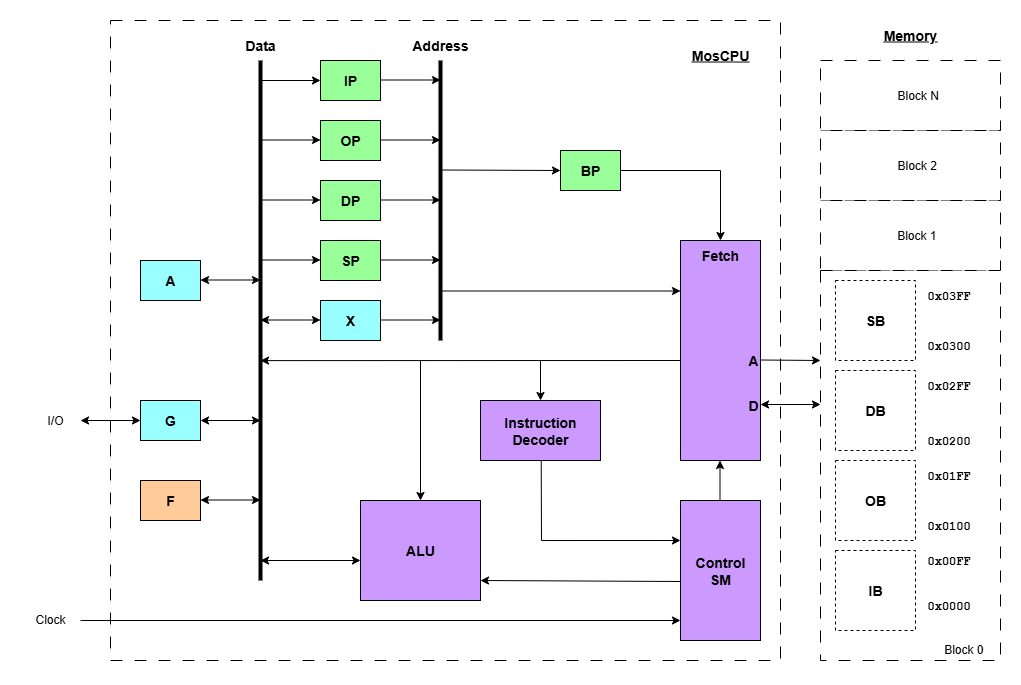
This is dev/mos_cpu/MosCPU-Architecture.png from dervish77/adgf, a draw.io export, as it was before one commit. Source tidied: cells renumbered, new cells last; positions are measured from the earlier drawing's top-left corner, leaving out a move shared by most shapes.
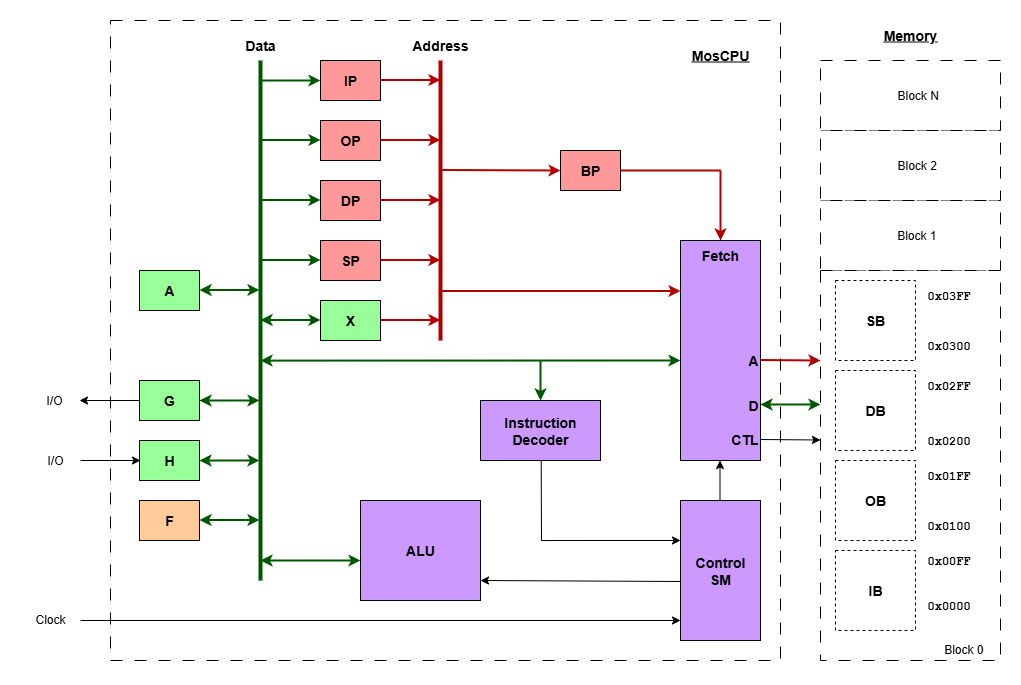
The same diagram one commit later.

Diff of the diagram source:
```diff
@@ -14,7 +14,7 @@
     <mxCell id="5" style="rounded=0;whiteSpace=wrap;html=1;dashed=1;dashPattern=12 12;" parent="1" vertex="1">
       <mxGeometry x="90" width="670" height="640" as="geometry" />
     </mxCell>
-    <mxCell id="6" value="&lt;font style=&quot;font-size: 14px;&quot;&gt;&lt;b&gt;IP&lt;/b&gt;&lt;/font&gt;" style="rounded=0;whiteSpace=wrap;html=1;fillColor=#99FF99;" parent="1" vertex="1">
+    <mxCell id="6" value="&lt;font style=&quot;font-size: 14px;&quot;&gt;&lt;b&gt;IP&lt;/b&gt;&lt;/font&gt;" style="rounded=0;whiteSpace=wrap;html=1;fillColor=#FF9999;" parent="1" vertex="1">
       <mxGeometry x="300" y="40" width="60" height="40" as="geometry" />
     </mxCell>
     <mxCell id="7" value="&lt;font style=&quot;font-size: 14px;&quot;&gt;&lt;b&gt;SB&lt;/b&gt;&lt;/font&gt;" style="rounded=0;whiteSpace=wrap;html=1;dashed=1;" parent="1" vertex="1">
@@ -41,20 +41,20 @@
     <mxCell id="14" value="&lt;b style=&quot;font-family: &amp;quot;Courier New&amp;quot;;&quot;&gt;0x03FF&lt;/b&gt;" style="text;html=1;align=left;verticalAlign=middle;whiteSpace=wrap;rounded=0;imageAlign=right;" parent="1" vertex="1">
       <mxGeometry x="905" y="260" width="60" height="30" as="geometry" />
     </mxCell>
-    <mxCell id="15" value="&lt;font style=&quot;font-size: 14px;&quot;&gt;&lt;b&gt;OP&lt;/b&gt;&lt;/font&gt;" style="rounded=0;whiteSpace=wrap;html=1;fillColor=#99FF99;" parent="1" vertex="1">
+    <mxCell id="15" value="&lt;font style=&quot;font-size: 14px;&quot;&gt;&lt;b&gt;OP&lt;/b&gt;&lt;/font&gt;" style="rounded=0;whiteSpace=wrap;html=1;fillColor=#FF9999;" parent="1" vertex="1">
       <mxGeometry x="300" y="100" width="60" height="40" as="geometry" />
     </mxCell>
-    <mxCell id="16" value="&lt;font style=&quot;font-size: 14px;&quot;&gt;&lt;b&gt;X&lt;/b&gt;&lt;/font&gt;" style="rounded=0;whiteSpace=wrap;html=1;fillColor=#99FFFF;" parent="1" vertex="1">
+    <mxCell id="16" value="&lt;font style=&quot;font-size: 14px;&quot;&gt;&lt;b&gt;X&lt;/b&gt;&lt;/font&gt;" style="rounded=0;whiteSpace=wrap;html=1;fillColor=#99FF99;" parent="1" vertex="1">
       <mxGeometry x="300" y="280" width="60" height="40" as="geometry" />
     </mxCell>
-    <mxCell id="17" value="&lt;font style=&quot;font-size: 14px;&quot;&gt;&lt;b&gt;A&lt;/b&gt;&lt;/font&gt;" style="rounded=0;whiteSpace=wrap;html=1;fillColor=#99FFFF;" parent="1" vertex="1">
-      <mxGeometry x="120" y="240" width="60" height="40" as="geometry" />
+    <mxCell id="17" value="&lt;font style=&quot;font-size: 14px;&quot;&gt;&lt;b&gt;A&lt;/b&gt;&lt;/font&gt;" style="rounded=0;whiteSpace=wrap;html=1;fillColor=#99FF99;" parent="1" vertex="1">
+      <mxGeometry x="119" y="250" width="60" height="40" as="geometry" />
     </mxCell>
-    <mxCell id="18" value="&lt;font style=&quot;font-size: 14px;&quot;&gt;&lt;b&gt;G&lt;/b&gt;&lt;/font&gt;" style="rounded=0;whiteSpace=wrap;html=1;fillColor=#99FFFF;" parent="1" vertex="1">
-      <mxGeometry x="120" y="380" width="60" height="40" as="geometry" />
+    <mxCell id="18" value="&lt;font style=&quot;font-size: 14px;&quot;&gt;&lt;b&gt;G&lt;/b&gt;&lt;/font&gt;" style="rounded=0;whiteSpace=wrap;html=1;fillColor=#99FF99;" parent="1" vertex="1">
+      <mxGeometry x="119" y="360" width="60" height="40" as="geometry" />
     </mxCell>
     <mxCell id="19" value="&lt;font style=&quot;font-size: 14px;&quot;&gt;&lt;b&gt;F&lt;/b&gt;&lt;/font&gt;" style="rounded=0;whiteSpace=wrap;html=1;fillColor=#FFCC99;" parent="1" vertex="1">
-      <mxGeometry x="120" y="460" width="60" height="40" as="geometry" />
+      <mxGeometry x="119" y="480" width="60" height="40" as="geometry" />
     </mxCell>
     <mxCell id="20" value="&lt;font style=&quot;font-size: 14px;&quot;&gt;&lt;b&gt;ALU&lt;/b&gt;&lt;/font&gt;" style="rounded=0;whiteSpace=wrap;html=1;fillColor=#CC99FF;" parent="1" vertex="1">
       <mxGeometry x="340" y="480" width="120" height="100" as="geometry" />
@@ -68,13 +68,13 @@
     <mxCell id="23" value="&lt;font style=&quot;font-size: 14px;&quot;&gt;&lt;b&gt;Control&lt;/b&gt;&lt;/font&gt;&lt;div&gt;&lt;font style=&quot;font-size: 14px;&quot;&gt;&lt;b&gt;SM&lt;/b&gt;&lt;/font&gt;&lt;/div&gt;" style="rounded=0;whiteSpace=wrap;html=1;fillColor=#CC99FF;" parent="1" vertex="1">
       <mxGeometry x="660" y="480" width="80" height="140" as="geometry" />
     </mxCell>
-    <mxCell id="24" style="endArrow=none;html=1;rounded=0;strokeWidth=4;" parent="1" edge="1">
+    <mxCell id="24" style="endArrow=none;html=1;rounded=0;strokeWidth=4;fillColor=#008a00;strokeColor=#005700;" parent="1" edge="1">
       <mxGeometry relative="1" as="geometry">
         <mxPoint x="240" y="560" as="sourcePoint" />
         <mxPoint x="240" y="40" as="targetPoint" />
       </mxGeometry>
     </mxCell>
-    <mxCell id="25" style="endArrow=none;html=1;rounded=0;strokeWidth=4;" parent="1" edge="1">
+    <mxCell id="25" style="endArrow=none;html=1;rounded=0;strokeWidth=4;fillColor=#e51400;strokeColor=#B20000;" parent="1" edge="1">
       <mxGeometry relative="1" as="geometry">
         <mxPoint x="420" y="320" as="sourcePoint" />
         <mxPoint x="420" y="40" as="targetPoint" />
@@ -86,36 +86,36 @@
     <mxCell id="27" value="&lt;font style=&quot;font-size: 14px;&quot;&gt;&lt;b&gt;Address&lt;/b&gt;&lt;/font&gt;" style="text;html=1;align=center;verticalAlign=middle;whiteSpace=wrap;rounded=0;" parent="1" vertex="1">
       <mxGeometry x="390" y="10" width="60" height="30" as="geometry" />
     </mxCell>
-    <mxCell id="28" style="endArrow=classic;html=1;rounded=0;entryX=0;entryY=0.5;entryDx=0;entryDy=0;" parent="1" edge="1" target="6">
+    <mxCell id="28" style="endArrow=classic;html=1;rounded=0;entryX=0;entryY=0.5;entryDx=0;entryDy=0;fillColor=#008a00;strokeColor=#005700;strokeWidth=2;" parent="1" edge="1" target="6">
       <mxGeometry relative="1" as="geometry">
         <mxPoint x="240" y="60" as="sourcePoint" />
       </mxGeometry>
     </mxCell>
-    <mxCell id="29" style="endArrow=classic;html=1;rounded=0;entryX=0;entryY=0.5;entryDx=0;entryDy=0;" parent="1" edge="1">
+    <mxCell id="29" style="endArrow=classic;html=1;rounded=0;entryX=0;entryY=0.5;entryDx=0;entryDy=0;fillColor=#008a00;strokeColor=#005700;strokeWidth=2;" parent="1" edge="1">
       <mxGeometry relative="1" as="geometry">
         <mxPoint x="240" y="119.5" as="sourcePoint" />
         <mxPoint x="300" y="119.5" as="targetPoint" />
       </mxGeometry>
     </mxCell>
-    <mxCell id="30" style="endArrow=classic;html=1;rounded=0;entryX=0;entryY=0.5;entryDx=0;entryDy=0;" parent="1" edge="1">
+    <mxCell id="30" style="endArrow=classic;html=1;rounded=0;entryX=0;entryY=0.5;entryDx=0;entryDy=0;strokeWidth=2;fillColor=#e51400;strokeColor=#B20000;" parent="1" edge="1">
       <mxGeometry relative="1" as="geometry">
         <mxPoint x="360" y="59.5" as="sourcePoint" />
         <mxPoint x="420" y="59.5" as="targetPoint" />
       </mxGeometry>
     </mxCell>
-    <mxCell id="31" style="endArrow=classic;html=1;rounded=0;entryX=0;entryY=0.5;entryDx=0;entryDy=0;" parent="1" edge="1">
+    <mxCell id="31" style="endArrow=classic;html=1;rounded=0;entryX=0;entryY=0.5;entryDx=0;entryDy=0;fillColor=#e51400;strokeColor=#B20000;strokeWidth=2;" parent="1" edge="1">
       <mxGeometry relative="1" as="geometry">
         <mxPoint x="360" y="119.5" as="sourcePoint" />
         <mxPoint x="420" y="119.5" as="targetPoint" />
       </mxGeometry>
     </mxCell>
-    <mxCell id="32" style="endArrow=classic;html=1;rounded=0;entryX=0;entryY=0.5;entryDx=0;entryDy=0;" parent="1" edge="1">
+    <mxCell id="32" style="endArrow=classic;html=1;rounded=0;entryX=0;entryY=0.5;entryDx=0;entryDy=0;fillColor=#e51400;strokeColor=#B20000;strokeWidth=2;" parent="1" edge="1">
       <mxGeometry relative="1" as="geometry">
         <mxPoint x="360" y="299.5" as="sourcePoint" />
         <mxPoint x="420" y="299.5" as="targetPoint" />
       </mxGeometry>
     </mxCell>
-    <mxCell id="33" style="endArrow=classic;html=1;rounded=0;" parent="1" edge="1">
+    <mxCell id="33" style="endArrow=classic;html=1;rounded=0;fillColor=#e51400;strokeColor=#B20000;strokeWidth=2;" parent="1" edge="1">
       <mxGeometry relative="1" as="geometry">
         <mxPoint x="420" y="270.5" as="sourcePoint" />
         <mxPoint x="660" y="270.5" as="targetPoint" />
@@ -127,25 +127,25 @@
     <mxCell id="35" value="&lt;font style=&quot;font-size: 14px;&quot;&gt;&lt;b&gt;D&lt;/b&gt;&lt;/font&gt;" style="text;html=1;align=right;verticalAlign=middle;whiteSpace=wrap;rounded=0;" parent="1" vertex="1">
       <mxGeometry x="680" y="370" width="60" height="30" as="geometry" />
     </mxCell>
-    <mxCell id="36" style="endArrow=classic;html=1;rounded=0;" parent="1" edge="1">
+    <mxCell id="36" style="endArrow=classic;html=1;rounded=0;fillColor=#e51400;strokeColor=#B20000;strokeWidth=2;" parent="1" edge="1">
       <mxGeometry relative="1" as="geometry">
         <mxPoint x="740" y="339.5" as="sourcePoint" />
         <mxPoint x="800" y="340" as="targetPoint" />
       </mxGeometry>
     </mxCell>
-    <mxCell id="37" style="endArrow=classic;startArrow=classic;html=1;rounded=0;" parent="1" edge="1">
+    <mxCell id="37" style="endArrow=classic;startArrow=classic;html=1;rounded=0;fillColor=#008a00;strokeColor=#005700;strokeWidth=2;" parent="1" edge="1">
       <mxGeometry relative="1" as="geometry">
         <mxPoint x="740" y="384" as="sourcePoint" />
         <mxPoint x="800" y="384" as="targetPoint" />
       </mxGeometry>
     </mxCell>
-    <mxCell id="38" style="endArrow=classic;startArrow=classic;html=1;rounded=0;" parent="1" edge="1">
+    <mxCell id="38" style="endArrow=classic;startArrow=classic;html=1;rounded=0;fillColor=#008a00;strokeColor=#005700;strokeWidth=2;" parent="1" edge="1">
       <mxGeometry relative="1" as="geometry">
-        <mxPoint x="180" y="259.5" as="sourcePoint" />
-        <mxPoint x="240" y="259.5" as="targetPoint" />
+        <mxPoint x="179" y="269.5" as="sourcePoint" />
+        <mxPoint x="239" y="269.5" as="targetPoint" />
       </mxGeometry>
     </mxCell>
-    <mxCell id="39" style="endArrow=classic;startArrow=classic;html=1;rounded=0;" parent="1" edge="1">
+    <mxCell id="39" style="endArrow=classic;startArrow=classic;html=1;rounded=0;fillColor=#008a00;strokeColor=#005700;strokeWidth=2;" parent="1" edge="1">
       <mxGeometry relative="1" as="geometry">
         <mxPoint x="240" y="299.5" as="sourcePoint" />
         <mxPoint x="300" y="299.5" as="targetPoint" />
@@ -163,22 +163,22 @@
         <mxPoint x="699.5" y="440" as="targetPoint" />
       </mxGeometry>
     </mxCell>
-    <mxCell id="42" style="endArrow=classic;startArrow=classic;html=1;rounded=0;" parent="1" edge="1">
+    <mxCell id="42" style="endArrow=classic;startArrow=classic;html=1;rounded=0;fillColor=#008a00;strokeColor=#005700;strokeWidth=2;" parent="1" edge="1">
       <mxGeometry relative="1" as="geometry">
         <mxPoint x="240" y="540" as="sourcePoint" />
         <mxPoint x="340" y="540" as="targetPoint" />
       </mxGeometry>
     </mxCell>
-    <mxCell id="43" style="endArrow=classic;html=1;rounded=0;entryX=0;entryY=0.5;entryDx=0;entryDy=0;startArrow=classic;startFill=1;" parent="1" edge="1" target="18">
+    <mxCell id="43" style="endArrow=none;html=1;rounded=0;entryX=0;entryY=0.5;entryDx=0;entryDy=0;startArrow=classic;startFill=1;endFill=0;" parent="1" edge="1" target="18">
       <mxGeometry relative="1" as="geometry">
-        <mxPoint x="60" y="400" as="sourcePoint" />
+        <mxPoint x="59" y="380" as="sourcePoint" />
       </mxGeometry>
     </mxCell>
     <mxCell id="44" value="&lt;font&gt;&lt;b&gt;&lt;u&gt;Memory&lt;/u&gt;&lt;/b&gt;&lt;/font&gt;" style="text;html=1;align=center;verticalAlign=middle;whiteSpace=wrap;rounded=0;fontSize=14;" parent="1" vertex="1">
       <mxGeometry x="860" width="60" height="30" as="geometry" />
     </mxCell>
     <mxCell id="45" value="I/O" style="text;html=1;align=center;verticalAlign=middle;whiteSpace=wrap;rounded=0;" parent="1" vertex="1">
-      <mxGeometry x="5" y="385" width="60" height="30" as="geometry" />
+      <mxGeometry x="4" y="365" width="60" height="30" as="geometry" />
     </mxCell>
     <mxCell id="46" value="&lt;font&gt;&lt;b&gt;&lt;u&gt;MosCPU&lt;/u&gt;&lt;/b&gt;&lt;/font&gt;" style="text;html=1;align=center;verticalAlign=middle;whiteSpace=wrap;rounded=0;fontSize=14;" parent="1" vertex="1">
       <mxGeometry x="670" y="20" width="60" height="30" as="geometry" />
@@ -204,50 +204,50 @@
         <mxPoint x="520.7" y="440" as="targetPoint" />
       </mxGeometry>
     </mxCell>
-    <mxCell id="51" value="&lt;font style=&quot;font-size: 14px;&quot;&gt;&lt;b&gt;SP&lt;/b&gt;&lt;/font&gt;" style="rounded=0;whiteSpace=wrap;html=1;fillColor=#99FF99;" parent="1" vertex="1">
+    <mxCell id="51" value="&lt;font style=&quot;font-size: 14px;&quot;&gt;&lt;b&gt;SP&lt;/b&gt;&lt;/font&gt;" style="rounded=0;whiteSpace=wrap;html=1;fillColor=#FF9999;" parent="1" vertex="1">
       <mxGeometry x="300" y="220" width="60" height="40" as="geometry" />
     </mxCell>
-    <mxCell id="52" style="endArrow=classic;html=1;rounded=0;entryX=0;entryY=0.5;entryDx=0;entryDy=0;" parent="1" edge="1">
+    <mxCell id="52" style="endArrow=classic;html=1;rounded=0;entryX=0;entryY=0.5;entryDx=0;entryDy=0;fillColor=#008a00;strokeColor=#005700;strokeWidth=2;" parent="1" edge="1">
       <mxGeometry relative="1" as="geometry">
         <mxPoint x="240" y="239.5" as="sourcePoint" />
         <mxPoint x="300" y="239.5" as="targetPoint" />
       </mxGeometry>
     </mxCell>
-    <mxCell id="53" style="endArrow=classic;html=1;rounded=0;entryX=0;entryY=0.5;entryDx=0;entryDy=0;" parent="1" edge="1">
+    <mxCell id="53" style="endArrow=classic;html=1;rounded=0;entryX=0;entryY=0.5;entryDx=0;entryDy=0;fillColor=#e51400;strokeColor=#B20000;strokeWidth=2;" parent="1" edge="1">
       <mxGeometry relative="1" as="geometry">
         <mxPoint x="360" y="239.5" as="sourcePoint" />
         <mxPoint x="420" y="239.5" as="targetPoint" />
       </mxGeometry>
     </mxCell>
-    <mxCell id="54" value="&lt;font style=&quot;font-size: 14px;&quot;&gt;&lt;b&gt;BP&lt;/b&gt;&lt;/font&gt;" style="rounded=0;whiteSpace=wrap;html=1;fillColor=#99FF99;" parent="1" vertex="1">
+    <mxCell id="54" value="&lt;font style=&quot;font-size: 14px;&quot;&gt;&lt;b&gt;BP&lt;/b&gt;&lt;/font&gt;" style="rounded=0;whiteSpace=wrap;html=1;fillColor=#FF9999;" parent="1" vertex="1">
       <mxGeometry x="540" y="130" width="60" height="40" as="geometry" />
     </mxCell>
-    <mxCell id="55" style="endArrow=classic;html=1;rounded=0;entryX=0;entryY=0.5;entryDx=0;entryDy=0;" parent="1" edge="1" target="54">
+    <mxCell id="55" style="endArrow=classic;html=1;rounded=0;entryX=0;entryY=0.5;entryDx=0;entryDy=0;fillColor=#e51400;strokeColor=#B20000;strokeWidth=2;" parent="1" edge="1" target="54">
       <mxGeometry relative="1" as="geometry">
         <mxPoint x="420" y="149.5" as="sourcePoint" />
       </mxGeometry>
     </mxCell>
-    <mxCell id="56" style="endArrow=none;html=1;rounded=0;" parent="1" edge="1">
+    <mxCell id="56" style="endArrow=none;html=1;rounded=0;fillColor=#e51400;strokeColor=#B20000;strokeWidth=2;" parent="1" edge="1">
       <mxGeometry relative="1" as="geometry">
         <mxPoint x="600" y="150" as="sourcePoint" />
         <mxPoint x="700" y="150" as="targetPoint" />
       </mxGeometry>
     </mxCell>
-    <mxCell id="57" style="endArrow=classic;html=1;rounded=0;entryX=0.5;entryY=0;entryDx=0;entryDy=0;" parent="1" edge="1" target="22">
+    <mxCell id="57" style="endArrow=classic;html=1;rounded=0;entryX=0.5;entryY=0;entryDx=0;entryDy=0;fillColor=#e51400;strokeColor=#B20000;strokeWidth=2;" parent="1" edge="1" target="22">
       <mxGeometry relative="1" as="geometry">
         <mxPoint x="700" y="150" as="sourcePoint" />
       </mxGeometry>
     </mxCell>
-    <mxCell id="58" style="endArrow=classic;startArrow=classic;html=1;rounded=0;" parent="1" edge="1">
+    <mxCell id="58" style="endArrow=classic;startArrow=classic;html=1;rounded=0;fillColor=#008a00;strokeColor=#005700;strokeWidth=2;" parent="1" edge="1">
       <mxGeometry relative="1" as="geometry">
-        <mxPoint x="180" y="400" as="sourcePoint" />
-        <mxPoint x="240" y="400" as="targetPoint" />
+        <mxPoint x="179" y="380" as="sourcePoint" />
+        <mxPoint x="239" y="380" as="targetPoint" />
       </mxGeometry>
     </mxCell>
-    <mxCell id="59" style="endArrow=classic;startArrow=classic;html=1;rounded=0;" parent="1" edge="1">
+    <mxCell id="59" style="endArrow=classic;startArrow=classic;html=1;rounded=0;fillColor=#008a00;strokeColor=#005700;strokeWidth=2;" parent="1" edge="1">
       <mxGeometry relative="1" as="geometry">
-        <mxPoint x="180" y="479.5" as="sourcePoint" />
-        <mxPoint x="240" y="479.5" as="targetPoint" />
+        <mxPoint x="179" y="499.5" as="sourcePoint" />
+        <mxPoint x="239" y="499.5" as="targetPoint" />
       </mxGeometry>
     </mxCell>
     <mxCell id="60" value="&lt;font style=&quot;font-size: 14px;&quot;&gt;&lt;b&gt;OB&lt;/b&gt;&lt;/font&gt;" style="rounded=0;whiteSpace=wrap;html=1;dashed=1;" parent="1" vertex="1">
@@ -262,22 +262,22 @@
     <mxCell id="63" value="&lt;b style=&quot;font-family: &amp;quot;Courier New&amp;quot;;&quot;&gt;0x00FF&lt;/b&gt;" style="text;html=1;align=left;verticalAlign=middle;whiteSpace=wrap;rounded=0;imageAlign=right;" parent="1" vertex="1">
       <mxGeometry x="905" y="525" width="60" height="30" as="geometry" />
     </mxCell>
-    <mxCell id="64" value="&lt;font style=&quot;font-size: 14px;&quot;&gt;&lt;b&gt;DP&lt;/b&gt;&lt;/font&gt;" style="rounded=0;whiteSpace=wrap;html=1;fillColor=#99FF99;" parent="1" vertex="1">
+    <mxCell id="64" value="&lt;font style=&quot;font-size: 14px;&quot;&gt;&lt;b&gt;DP&lt;/b&gt;&lt;/font&gt;" style="rounded=0;whiteSpace=wrap;html=1;fillColor=#FF9999;" parent="1" vertex="1">
       <mxGeometry x="300" y="160" width="60" height="40" as="geometry" />
     </mxCell>
-    <mxCell id="65" style="endArrow=classic;html=1;rounded=0;entryX=0;entryY=0.5;entryDx=0;entryDy=0;" parent="1" edge="1">
+    <mxCell id="65" style="endArrow=classic;html=1;rounded=0;entryX=0;entryY=0.5;entryDx=0;entryDy=0;fillColor=#008a00;strokeColor=#005700;strokeWidth=2;" parent="1" edge="1">
       <mxGeometry relative="1" as="geometry">
         <mxPoint x="240" y="179.5" as="sourcePoint" />
         <mxPoint x="300" y="179.5" as="targetPoint" />
       </mxGeometry>
     </mxCell>
-    <mxCell id="66" style="endArrow=classic;html=1;rounded=0;entryX=0;entryY=0.5;entryDx=0;entryDy=0;" parent="1" edge="1">
+    <mxCell id="66" style="endArrow=classic;html=1;rounded=0;entryX=0;entryY=0.5;entryDx=0;entryDy=0;fillColor=#e51400;strokeColor=#B20000;strokeWidth=2;" parent="1" edge="1">
       <mxGeometry relative="1" as="geometry">
         <mxPoint x="360" y="179.5" as="sourcePoint" />
         <mxPoint x="420" y="179.5" as="targetPoint" />
       </mxGeometry>
     </mxCell>
-    <mxCell id="67" style="endArrow=classic;html=1;rounded=0;exitX=0;exitY=0.545;exitDx=0;exitDy=0;exitPerimeter=0;" parent="1" edge="1">
+    <mxCell id="67" style="endArrow=classic;html=1;rounded=0;exitX=0;exitY=0.545;exitDx=0;exitDy=0;exitPerimeter=0;startArrow=classic;startFill=1;fillColor=#008a00;strokeColor=#005700;strokeWidth=2;" parent="1" edge="1">
       <mxGeometry relative="1" as="geometry">
         <mxPoint x="660" y="340" as="sourcePoint" />
         <mxPoint x="240" y="340.1" as="targetPoint" />
@@ -298,15 +298,37 @@
     <mxCell id="72" value="Block N" style="text;html=1;align=left;verticalAlign=middle;whiteSpace=wrap;rounded=0;" parent="1" vertex="1">
       <mxGeometry x="875" y="60" width="60" height="30" as="geometry" />
     </mxCell>
-    <mxCell id="73" style="endArrow=classic;html=1;rounded=0;entryX=0.5;entryY=0;entryDx=0;entryDy=0;" parent="1" edge="1" target="21">
+    <mxCell id="73" style="endArrow=classic;html=1;rounded=0;entryX=0.5;entryY=0;entryDx=0;entryDy=0;strokeWidth=2;fillColor=#008a00;strokeColor=#005700;" parent="1" edge="1" target="21">
       <mxGeometry relative="1" as="geometry">
         <mxPoint x="520" y="340" as="sourcePoint" />
       </mxGeometry>
     </mxCell>
-    <mxCell id="74" style="endArrow=classic;html=1;rounded=0;entryX=0.5;entryY=0;entryDx=0;entryDy=0;" parent="1" edge="1" target="20">
-      <mxGeometry relative="1" as="geometry">
-        <mxPoint x="400" y="340" as="sourcePoint" />
-      </mxGeometry>
-    </mxCell>
+    <mxCell id="75" style="endArrow=classic;html=1;rounded=0;" parent="1" edge="1">
+      <mxGeometry relative="1" as="geometry">
+        <mxPoint x="740" y="419" as="sourcePoint" />
+        <mxPoint x="800" y="419.5" as="targetPoint" />
+      </mxGeometry>
+    </mxCell>
+    <mxCell id="76" value="&lt;font style=&quot;font-size: 14px;&quot;&gt;&lt;b&gt;CTL&lt;/b&gt;&lt;/font&gt;" style="text;html=1;align=right;verticalAlign=middle;whiteSpace=wrap;rounded=0;" parent="1" vertex="1">
+      <mxGeometry x="680" y="404" width="60" height="30" as="geometry" />
+    </mxCell>
+    <mxCell id="77" value="&lt;font style=&quot;font-size: 14px;&quot;&gt;&lt;b&gt;H&lt;/b&gt;&lt;/font&gt;" style="rounded=0;whiteSpace=wrap;html=1;fillColor=#99FF99;" parent="1" vertex="1">
+      <mxGeometry x="119" y="420" width="60" height="40" as="geometry" />
+    </mxCell>
+    <mxCell id="78" style="endArrow=classic;startArrow=classic;html=1;rounded=0;fillColor=#008a00;strokeColor=#005700;strokeWidth=2;" parent="1" edge="1">
+      <mxGeometry relative="1" as="geometry">
+        <mxPoint x="179" y="440" as="sourcePoint" />
+        <mxPoint x="239" y="440" as="targetPoint" />
+      </mxGeometry>
+    </mxCell>
+    <mxCell id="79" style="endArrow=classic;html=1;rounded=0;entryX=0;entryY=0.5;entryDx=0;entryDy=0;startArrow=none;startFill=0;endFill=1;" parent="1" edge="1">
+      <mxGeometry relative="1" as="geometry">
+        <mxPoint x="60" y="440" as="sourcePoint" />
+        <mxPoint x="120" y="440" as="targetPoint" />
+      </mxGeometry>
+    </mxCell>
+    <mxCell id="80" value="I/O" style="text;html=1;align=center;verticalAlign=middle;whiteSpace=wrap;rounded=0;" parent="1" vertex="1">
+      <mxGeometry x="5" y="425" width="60" height="30" as="geometry" />
+    </mxCell>
   </root>
 </mxGraphModel>
```
